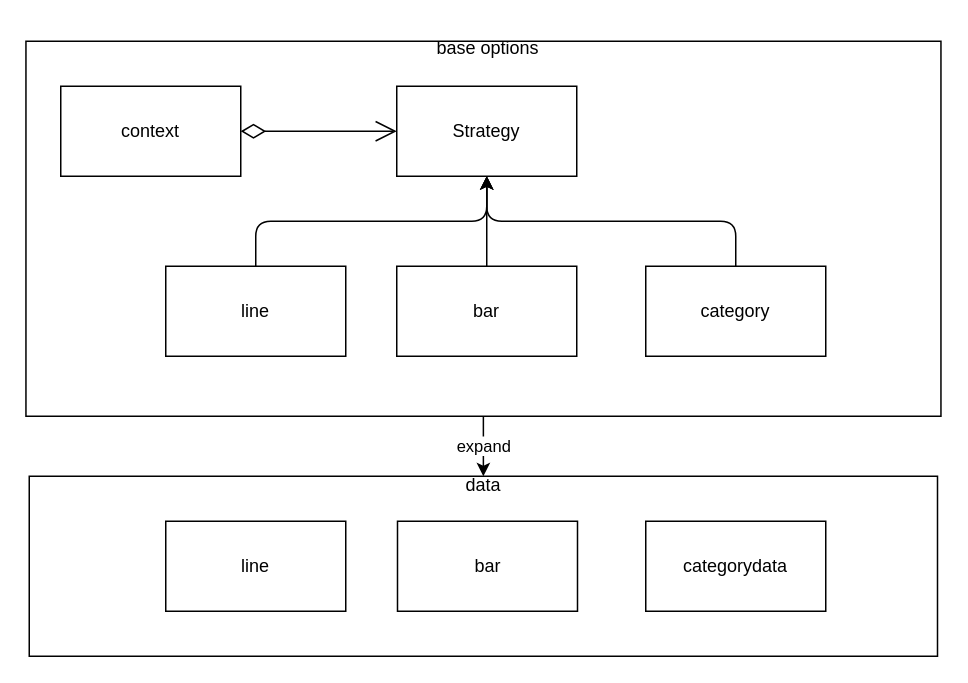
Before: proxy.drawio in NgChiKin/diagrams-uml, a draw.io diagram. Source tidied: cells renumbered, new cells numbered last; positions are measured from the earlier drawing's top-left corner, leaving out a move shared by most shapes. Both pictures are drawn from the tidied source at 150%, with x=0, y=0 at pixel (26, 26).
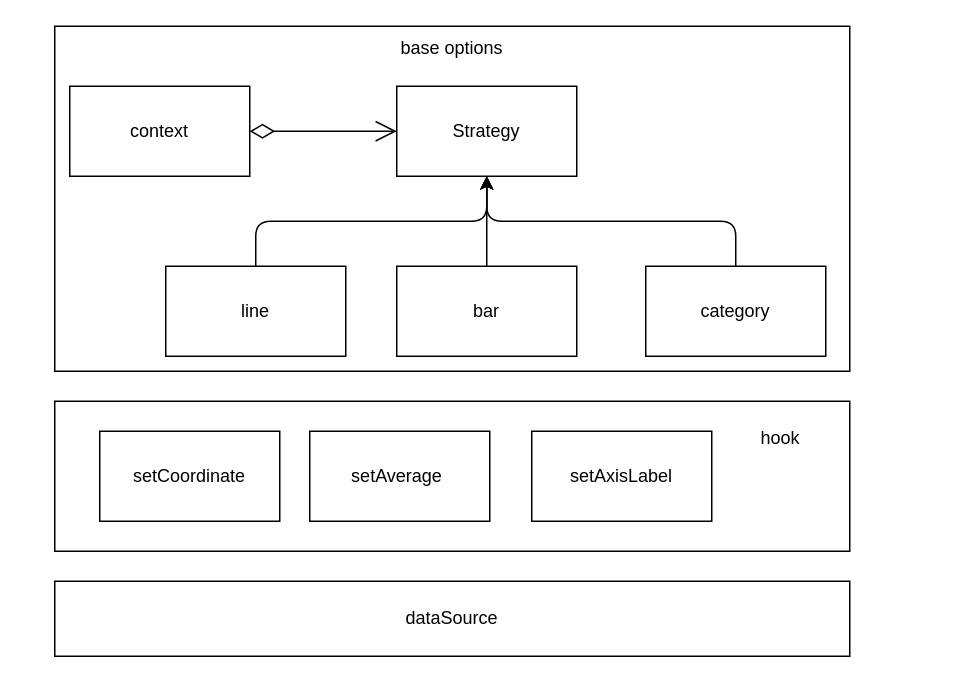
The same page after the edit.

Diff of the diagram source:
```diff
@@
 <mxGraphModel>
   <root>
     <mxCell id="0" />
     <mxCell id="1" parent="0" />
-    <mxCell id="2" value="expand" style="edgeStyle=orthogonalEdgeStyle;rounded=1;sketch=0;jettySize=auto;html=1;entryX=0.5;entryY=0;entryDx=0;entryDy=0;shadow=0;strokeColor=default;" parent="1" edge="1" source="3" target="14">
-      <mxGeometry relative="1" as="geometry" />
-    </mxCell>
+    <mxCell id="19" style="rounded=0;whiteSpace=wrap;html=1;strokeColor=default;fillColor=none;gradientColor=none;" parent="1" vertex="1">
+      <mxGeometry x="19" y="250" width="530" height="100" as="geometry" />
+    </mxCell>
     <mxCell id="3" style="rounded=0;whiteSpace=wrap;html=1;fillColor=none;gradientColor=none;" parent="1" vertex="1">
-      <mxGeometry x="-0.2" y="10" width="610" height="250" as="geometry" />
+      <mxGeometry x="19" width="530" height="230" as="geometry" />
     </mxCell>
     <mxCell id="4" value="context" style="rounded=0;whiteSpace=wrap;html=1;fillColor=none;gradientColor=none;" parent="1" vertex="1">
-      <mxGeometry x="23" y="40" width="120" height="60" as="geometry" />
+      <mxGeometry x="29" y="40" width="120" height="60" as="geometry" />
     </mxCell>
     <mxCell id="5" value="Strategy" style="rounded=0;whiteSpace=wrap;html=1;fillColor=none;gradientColor=none;" parent="1" vertex="1">
       <mxGeometry x="247" y="40" width="120" height="60" as="geometry" />
     </mxCell>
     <mxCell id="6" style="edgeStyle=orthogonalEdgeStyle;rounded=1;sketch=0;jettySize=auto;html=1;exitX=0.5;exitY=0;exitDx=0;exitDy=0;entryX=0.5;entryY=1;entryDx=0;entryDy=0;shadow=0;strokeColor=default;" parent="1" edge="1" source="7" target="5">
       <mxGeometry relative="1" as="geometry" />
     </mxCell>
     <mxCell id="7" value="line" style="rounded=0;whiteSpace=wrap;html=1;fillColor=none;gradientColor=none;" parent="1" vertex="1">
       <mxGeometry x="93" y="160" width="120" height="60" as="geometry" />
     </mxCell>
     <mxCell id="8" style="edgeStyle=orthogonalEdgeStyle;rounded=1;sketch=0;jettySize=auto;html=1;entryX=0.5;entryY=1;entryDx=0;entryDy=0;shadow=0;strokeColor=default;" parent="1" edge="1" source="9" target="5">
       <mxGeometry relative="1" as="geometry" />
     </mxCell>
     <mxCell id="9" value="bar" style="rounded=0;whiteSpace=wrap;html=1;fillColor=none;gradientColor=none;" parent="1" vertex="1">
       <mxGeometry x="247" y="160" width="120" height="60" as="geometry" />
     </mxCell>
     <mxCell id="10" style="edgeStyle=orthogonalEdgeStyle;rounded=1;sketch=0;jettySize=auto;html=1;exitX=0.5;exitY=0;exitDx=0;exitDy=0;entryX=0.5;entryY=1;entryDx=0;entryDy=0;shadow=0;strokeColor=default;" parent="1" edge="1" source="11" target="5">
       <mxGeometry relative="1" as="geometry" />
     </mxCell>
     <mxCell id="11" value="category" style="rounded=0;whiteSpace=wrap;html=1;fillColor=none;gradientColor=none;" parent="1" vertex="1">
       <mxGeometry x="413" y="160" width="120" height="60" as="geometry" />
     </mxCell>
     <mxCell id="12" style="endArrow=open;html=1;endSize=12;startArrow=diamondThin;startSize=14;startFill=0;edgeStyle=orthogonalEdgeStyle;rounded=1;shadow=0;sketch=0;strokeColor=default;entryX=0;entryY=0.5;entryDx=0;entryDy=0;exitX=1;exitY=0.5;exitDx=0;exitDy=0;" parent="1" edge="1" source="4" target="5">
       <mxGeometry relative="1" as="geometry" />
     </mxCell>
     <mxCell id="13" value="base options" style="text;html=1;strokeColor=none;fillColor=none;align=center;verticalAlign=middle;whiteSpace=wrap;rounded=0;" parent="1" vertex="1">
-      <mxGeometry x="254.5" width="106" height="30" as="geometry" />
+      <mxGeometry x="231" width="106" height="30" as="geometry" />
     </mxCell>
-    <mxCell id="14" style="rounded=0;whiteSpace=wrap;html=1;fillColor=none;strokeColor=default;" parent="1" vertex="1">
-      <mxGeometry x="2" y="300" width="605.5" height="120" as="geometry" />
-    </mxCell>
-    <mxCell id="15" value="&lt;span&gt;categorydata&lt;/span&gt;" style="rounded=0;whiteSpace=wrap;html=1;strokeColor=default;fillColor=none;gradientColor=none;" parent="1" vertex="1">
-      <mxGeometry x="413" y="330" width="120" height="60" as="geometry" />
-    </mxCell>
-    <mxCell id="16" value="&lt;span&gt;line&lt;/span&gt;" style="rounded=0;whiteSpace=wrap;html=1;strokeColor=default;fillColor=none;gradientColor=none;" parent="1" vertex="1">
-      <mxGeometry x="93" y="330" width="120" height="60" as="geometry" />
-    </mxCell>
-    <mxCell id="17" value="&lt;span&gt;bar&lt;/span&gt;" style="rounded=0;whiteSpace=wrap;html=1;strokeColor=default;fillColor=none;gradientColor=none;" parent="1" vertex="1">
-      <mxGeometry x="247.5" y="330" width="120" height="60" as="geometry" />
-    </mxCell>
-    <mxCell id="18" value="data" style="text;html=1;strokeColor=none;fillColor=none;align=center;verticalAlign=middle;whiteSpace=wrap;rounded=0;" parent="1" vertex="1">
-      <mxGeometry x="274.8" y="291.2" width="60" height="30" as="geometry" />
-    </mxCell>
+    <mxCell id="20" value="setCoordinate" style="rounded=0;whiteSpace=wrap;html=1;strokeColor=default;fillColor=none;gradientColor=none;" parent="1" vertex="1">
+      <mxGeometry x="49" y="270" width="120" height="60" as="geometry" />
+    </mxCell>
+    <mxCell id="21" value="setAverage&amp;nbsp;" style="rounded=0;whiteSpace=wrap;html=1;strokeColor=default;fillColor=none;gradientColor=none;" parent="1" vertex="1">
+      <mxGeometry x="189" y="270" width="120" height="60" as="geometry" />
+    </mxCell>
+    <mxCell id="22" value="hook" style="text;html=1;strokeColor=none;fillColor=none;align=center;verticalAlign=middle;whiteSpace=wrap;rounded=0;" parent="1" vertex="1">
+      <mxGeometry x="473" y="260" width="60" height="30" as="geometry" />
+    </mxCell>
+    <mxCell id="23" value="setAxisLabel" style="rounded=0;whiteSpace=wrap;html=1;strokeColor=default;fillColor=none;gradientColor=none;" parent="1" vertex="1">
+      <mxGeometry x="337" y="270" width="120" height="60" as="geometry" />
+    </mxCell>
+    <mxCell id="24" value="dataSource" style="rounded=0;whiteSpace=wrap;html=1;strokeColor=default;fillColor=none;gradientColor=none;" parent="1" vertex="1">
+      <mxGeometry x="19" y="370" width="530" height="50" as="geometry" />
+    </mxCell>
   </root>
 </mxGraphModel>
```
